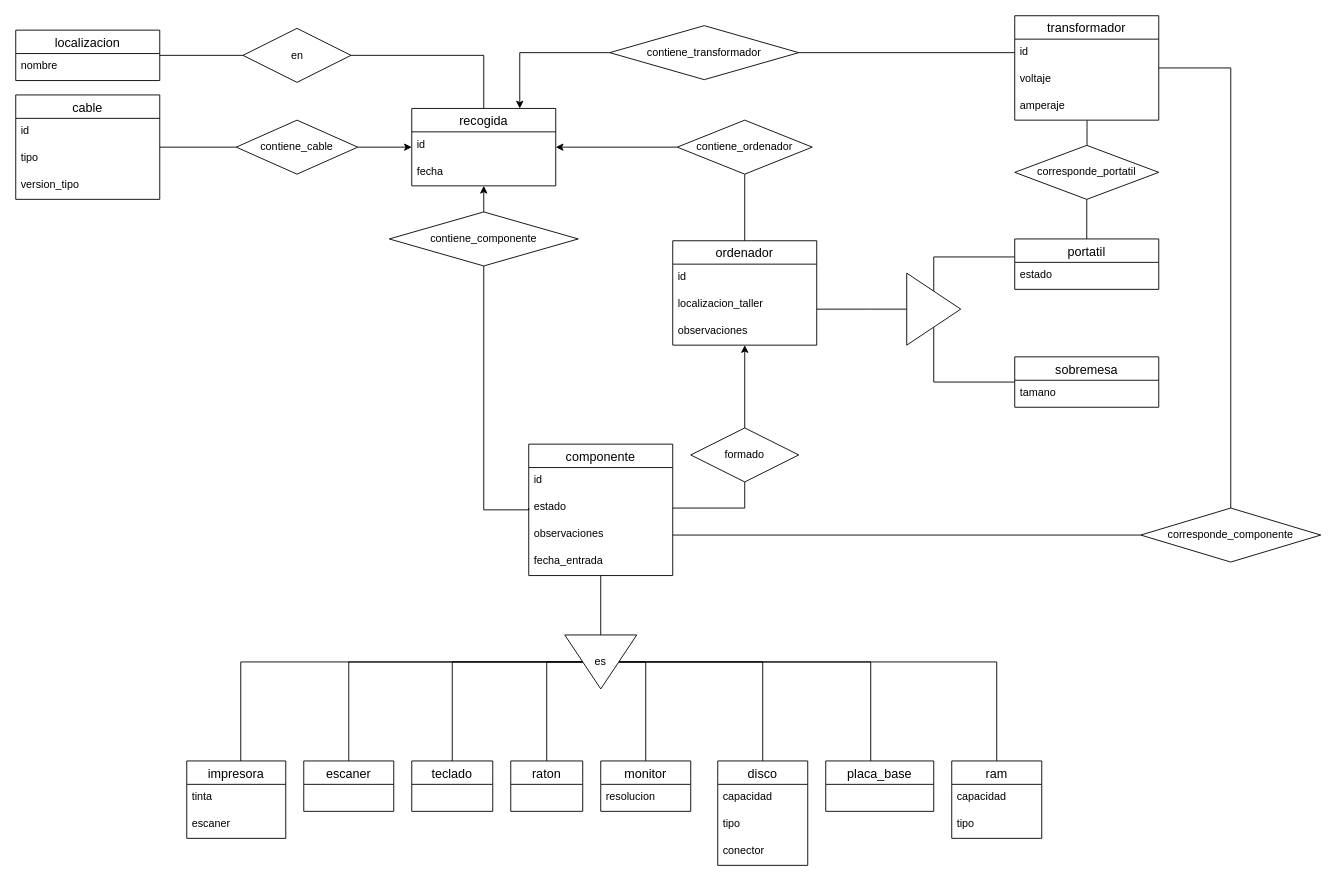
The draw.io diagram db/doc/er_bd.drawio in oslugr/gestion-de-inventario, before the edit. Source tidied: cells renumbered, new cells numbered last; positions are measured from the earlier drawing's top-left corner, leaving out a move shared by most shapes. Both pictures are drawn from the tidied source at 90%, with x=0, y=0 at pixel (15, 15).
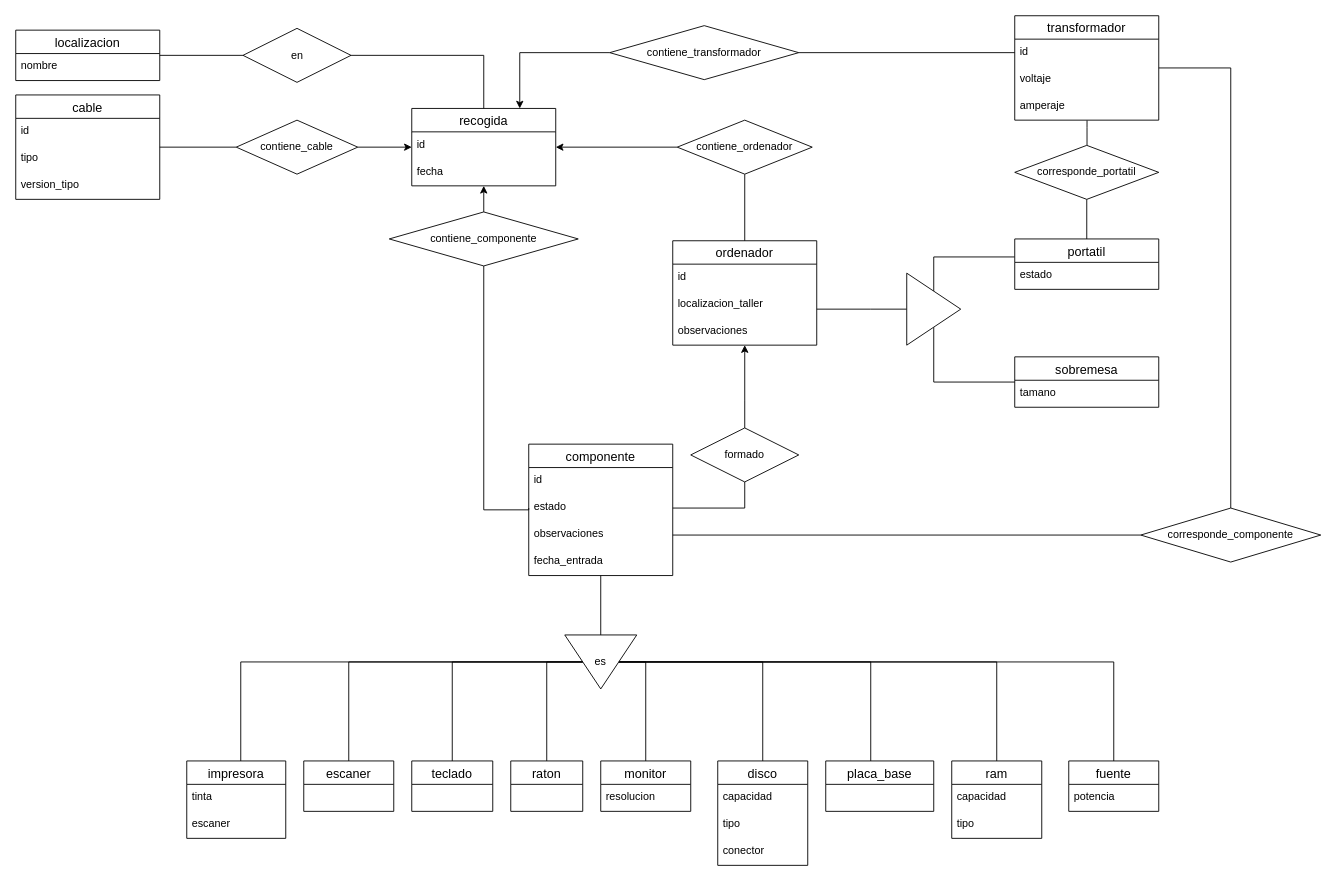
The same diagram, later.

Commit message:
Primera versión del diagrama E/R

Unchanged cells that the change refers to:
```xml
<mxCell id="21" value="&lt;div&gt;es&lt;/div&gt;" style="triangle;whiteSpace=wrap;html=1;direction=south;" parent="1" vertex="1">
  <mxGeometry x="610" y="688" width="80" height="60" as="geometry" />
</mxCell>
```

Change to the diagram source:
```diff
@@
+    <mxCell id="82" style="edgeStyle=orthogonalEdgeStyle;rounded=0;jettySize=auto;html=1;endArrow=none;endFill=0;" parent="1" edge="1" source="83" target="21">
+      <mxGeometry relative="1" as="geometry">
+        <Array as="points">
+          <mxPoint x="1220" y="718" />
+        </Array>
+      </mxGeometry>
+    </mxCell>
+    <mxCell id="83" value="fuente" style="swimlane;fontStyle=0;horizontal=1;startSize=26;align=center;fontSize=14;" parent="1" vertex="1">
+      <mxGeometry x="1170" y="828" width="100" height="56" as="geometry" />
+    </mxCell>
+    <mxCell id="84" value="potencia" style="text;strokeColor=none;fillColor=none;spacingLeft=4;spacingRight=4;overflow=hidden;fontSize=12;" parent="83" vertex="1">
+      <mxGeometry y="26" width="100" height="30" as="geometry" />
+    </mxCell>
```
